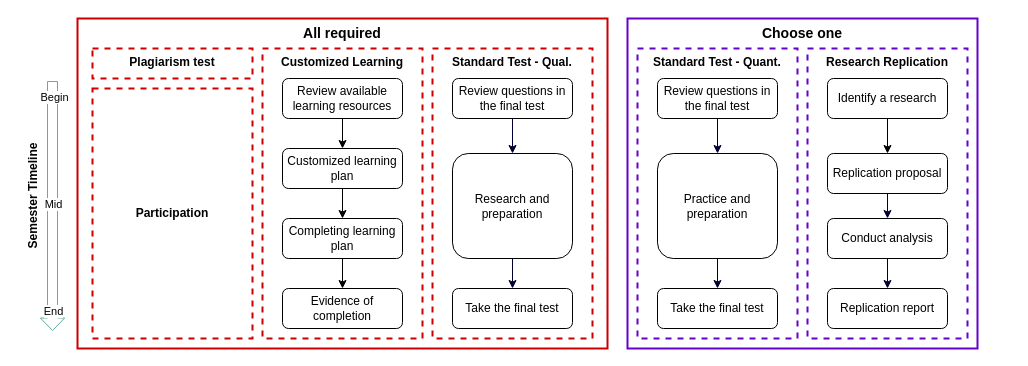
Earlier version of the draw.io diagram page "assignments" (1 of 2) of assets/structure.drawio (ma-ji/amgps). Source tidied: cells renumbered, new cells numbered last; positions are measured from the earlier drawing's top-left corner, leaving out a move shared by most shapes. Both pictures are drawn from the tidied source at 100%, with x=0, y=0 at pixel (-38, 18).
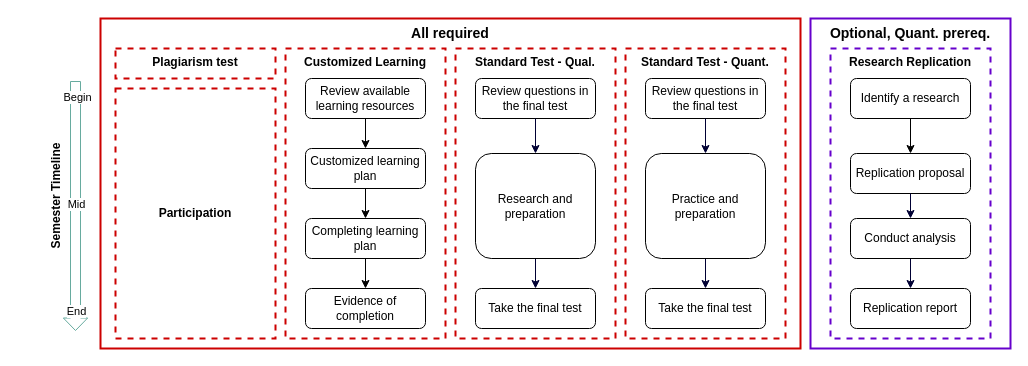
After the change.

Change to the diagram source:
```diff
@@
-    <mxCell id="2" style="group;" parent="1" vertex="1">
-      <mxGeometry x="55" width="960" height="330" as="geometry" />
-    </mxCell>
+    <mxCell id="40" style="group;" parent="1" vertex="1">
+      <mxGeometry x="78" width="970" height="330" as="geometry" />
+    </mxCell>
-    <mxCell id="3" value="&lt;b&gt;&lt;font style=&quot;font-size: 14px&quot;&gt;All required&lt;/font&gt;&lt;/b&gt;" style="rounded=0;whiteSpace=wrap;html=1;fillColor=none;verticalAlign=top;strokeColor=#CC0000;strokeWidth=2;" parent="2" vertex="1">
-      <mxGeometry x="60" width="530" height="330" as="geometry" />
+    <mxCell id="3" value="&lt;b&gt;&lt;font style=&quot;font-size: 14px&quot;&gt;All required&lt;/font&gt;&lt;/b&gt;" style="rounded=0;whiteSpace=wrap;html=1;fillColor=none;verticalAlign=top;strokeColor=#CC0000;strokeWidth=2;align=center;" parent="40" vertex="1">
+      <mxGeometry x="60" width="700" height="330" as="geometry" />
     </mxCell>
-    <mxCell id="4" value="&lt;b&gt;Standard Test - Qual.&lt;/b&gt;" style="rounded=0;whiteSpace=wrap;html=1;fillColor=none;dashed=1;verticalAlign=top;strokeColor=#CC0000;strokeWidth=2;" parent="2" vertex="1">
+    <mxCell id="4" value="&lt;b&gt;Standard Test - Qual.&lt;/b&gt;" style="rounded=0;whiteSpace=wrap;html=1;fillColor=none;dashed=1;verticalAlign=top;strokeColor=#CC0000;strokeWidth=2;" parent="40" vertex="1">
       <mxGeometry x="415" y="30" width="160" height="290" as="geometry" />
     </mxCell>
-    <mxCell id="5" value="Review available learning resources" style="whiteSpace=wrap;html=1;rounded=1;" parent="2" vertex="1">
+    <mxCell id="5" value="Review available learning resources" style="whiteSpace=wrap;html=1;rounded=1;" parent="40" vertex="1">
       <mxGeometry x="265" y="60" width="120" height="40" as="geometry" />
     </mxCell>
-    <mxCell id="6" value="Customized learning plan" style="whiteSpace=wrap;html=1;rounded=1;" parent="2" vertex="1">
+    <mxCell id="6" value="Customized learning plan" style="whiteSpace=wrap;html=1;rounded=1;" parent="40" vertex="1">
       <mxGeometry x="265" y="130" width="120" height="40" as="geometry" />
     </mxCell>
-    <mxCell id="7" style="edgeStyle=orthogonalEdgeStyle;rounded=0;jettySize=auto;html=1;" parent="2" edge="1" source="5" target="6">
+    <mxCell id="7" style="edgeStyle=orthogonalEdgeStyle;rounded=0;jettySize=auto;html=1;" parent="40" edge="1" source="5" target="6">
       <mxGeometry relative="1" as="geometry" />
     </mxCell>
-    <mxCell id="8" value="Completing learning plan" style="whiteSpace=wrap;html=1;rounded=1;" parent="2" vertex="1">
+    <mxCell id="8" value="Completing learning plan" style="whiteSpace=wrap;html=1;rounded=1;" parent="40" vertex="1">
       <mxGeometry x="265" y="200" width="120" height="40" as="geometry" />
     </mxCell>
-    <mxCell id="9" style="edgeStyle=orthogonalEdgeStyle;rounded=0;jettySize=auto;html=1;" parent="2" edge="1" source="6" target="8">
+    <mxCell id="9" style="edgeStyle=orthogonalEdgeStyle;rounded=0;jettySize=auto;html=1;" parent="40" edge="1" source="6" target="8">
       <mxGeometry relative="1" as="geometry" />
     </mxCell>
-    <mxCell id="10" value="Evidence of completion" style="whiteSpace=wrap;html=1;rounded=1;" parent="2" vertex="1">
+    <mxCell id="10" value="Evidence of completion" style="whiteSpace=wrap;html=1;rounded=1;" parent="40" vertex="1">
       <mxGeometry x="265" y="270" width="120" height="40" as="geometry" />
     </mxCell>
-    <mxCell id="11" style="edgeStyle=orthogonalEdgeStyle;rounded=0;jettySize=auto;html=1;" parent="2" edge="1" source="8" target="10">
+    <mxCell id="11" style="edgeStyle=orthogonalEdgeStyle;rounded=0;jettySize=auto;html=1;" parent="40" edge="1" source="8" target="10">
       <mxGeometry relative="1" as="geometry" />
     </mxCell>
-    <mxCell id="12" value="Review questions in the final test" style="whiteSpace=wrap;html=1;rounded=1;" parent="2" vertex="1">
+    <mxCell id="12" value="Review questions in the final test" style="whiteSpace=wrap;html=1;rounded=1;" parent="40" vertex="1">
       <mxGeometry x="435" y="60" width="120" height="40" as="geometry" />
     </mxCell>
-    <mxCell id="13" value="&lt;b&gt;Customized Learning&lt;/b&gt;" style="rounded=0;whiteSpace=wrap;html=1;fillColor=none;dashed=1;verticalAlign=top;strokeColor=#CC0000;strokeWidth=2;" parent="2" vertex="1">
+    <mxCell id="13" value="&lt;b&gt;Customized Learning&lt;/b&gt;" style="rounded=0;whiteSpace=wrap;html=1;fillColor=none;dashed=1;verticalAlign=top;strokeColor=#CC0000;strokeWidth=2;" parent="40" vertex="1">
       <mxGeometry x="245" y="30" width="160" height="290" as="geometry" />
     </mxCell>
-    <mxCell id="14" value="Take the final test" style="whiteSpace=wrap;html=1;rounded=1;" parent="2" vertex="1">
+    <mxCell id="14" value="Take the final test" style="whiteSpace=wrap;html=1;rounded=1;" parent="40" vertex="1">
       <mxGeometry x="435" y="270" width="120" height="40" as="geometry" />
     </mxCell>
-    <mxCell id="15" value="&lt;b&gt;Research Replication&lt;/b&gt;" style="rounded=0;whiteSpace=wrap;html=1;fillColor=none;dashed=1;verticalAlign=top;strokeColor=#6600CC;strokeWidth=2;" parent="2" vertex="1">
+    <mxCell id="15" value="&lt;b&gt;Research Replication&lt;/b&gt;" style="rounded=0;whiteSpace=wrap;html=1;fillColor=none;dashed=1;verticalAlign=top;strokeColor=#6600CC;strokeWidth=2;" parent="40" vertex="1">
       <mxGeometry x="790" y="30" width="160" height="290" as="geometry" />
     </mxCell>
-    <mxCell id="16" value="Identify a research" style="whiteSpace=wrap;html=1;rounded=1;" parent="2" vertex="1">
+    <mxCell id="16" value="Identify a research" style="whiteSpace=wrap;html=1;rounded=1;" parent="40" vertex="1">
       <mxGeometry x="810" y="60" width="120" height="40" as="geometry" />
     </mxCell>
-    <mxCell id="17" value="Replication proposal" style="whiteSpace=wrap;html=1;rounded=1;" parent="2" vertex="1">
+    <mxCell id="17" value="Replication proposal" style="whiteSpace=wrap;html=1;rounded=1;" parent="40" vertex="1">
       <mxGeometry x="810" y="135" width="120" height="40" as="geometry" />
     </mxCell>
-    <mxCell id="18" style="edgeStyle=orthogonalEdgeStyle;rounded=0;jettySize=auto;html=1;entryX=0.5;entryY=0;entryDx=0;entryDy=0;" parent="2" edge="1" source="16" target="17">
+    <mxCell id="18" style="edgeStyle=orthogonalEdgeStyle;rounded=0;jettySize=auto;html=1;entryX=0.5;entryY=0;entryDx=0;entryDy=0;" parent="40" edge="1" source="16" target="17">
       <mxGeometry relative="1" as="geometry" />
     </mxCell>
-    <mxCell id="19" value="&lt;b&gt;Standard Test - Quant.&lt;/b&gt;" style="rounded=0;whiteSpace=wrap;html=1;fillColor=none;dashed=1;verticalAlign=top;strokeColor=#6600CC;strokeWidth=2;" parent="2" vertex="1">
-      <mxGeometry x="620" y="30" width="160" height="290" as="geometry" />
-    </mxCell>
-    <mxCell id="20" value="Review questions in the final test" style="whiteSpace=wrap;html=1;rounded=1;" parent="2" vertex="1">
-      <mxGeometry x="640" y="60" width="120" height="40" as="geometry" />
-    </mxCell>
-    <mxCell id="21" value="Take the final test" style="whiteSpace=wrap;html=1;rounded=1;" parent="2" vertex="1">
-      <mxGeometry x="640" y="270" width="120" height="40" as="geometry" />
-    </mxCell>
-    <mxCell id="22" value="Replication report" style="whiteSpace=wrap;html=1;rounded=1;" parent="2" vertex="1">
+    <mxCell id="22" value="Replication report" style="whiteSpace=wrap;html=1;rounded=1;" parent="40" vertex="1">
       <mxGeometry x="810" y="270" width="120" height="40" as="geometry" />
     </mxCell>
-    <mxCell id="23" value="&lt;b&gt;&lt;font style=&quot;font-size: 14px&quot;&gt;Choose one&lt;/font&gt;&lt;/b&gt;" style="rounded=0;whiteSpace=wrap;html=1;fillColor=none;verticalAlign=top;strokeColor=#6600CC;strokeWidth=2;" parent="2" vertex="1">
-      <mxGeometry x="610" width="350" height="330" as="geometry" />
+    <mxCell id="23" value="&lt;b&gt;&lt;font style=&quot;font-size: 14px&quot;&gt;Optional, Quant. prereq.&lt;/font&gt;&lt;/b&gt;" style="rounded=0;whiteSpace=wrap;html=1;fillColor=none;verticalAlign=top;strokeColor=#6600CC;strokeWidth=2;" parent="40" vertex="1">
+      <mxGeometry x="770" width="200" height="330" as="geometry" />
     </mxCell>
-    <mxCell id="24" style="shape=flexArrow;endArrow=classic;html=1;rounded=0;strokeColor=#67AB9F;endWidth=13.333333333333334;endSize=3.833333333333333;" parent="2" edge="1">
+    <mxCell id="24" style="shape=flexArrow;endArrow=classic;html=1;rounded=0;strokeColor=#67AB9F;endWidth=13.333333333333334;endSize=3.833333333333333;" parent="40" edge="1">
       <mxGeometry relative="1" as="geometry">
         <mxPoint x="35" y="62.5" as="sourcePoint" />
         <mxPoint x="35" y="312.5" as="targetPoint" />
       </mxGeometry>
     </mxCell>
@@
-    <mxCell id="28" style="edgeStyle=orthogonalEdgeStyle;rounded=0;jettySize=auto;html=1;exitX=0.5;exitY=1;exitDx=0;exitDy=0;entryX=0.5;entryY=0;entryDx=0;entryDy=0;strokeColor=#000033;" parent="2" edge="1" source="29" target="14">
+    <mxCell id="28" style="edgeStyle=orthogonalEdgeStyle;rounded=0;jettySize=auto;html=1;exitX=0.5;exitY=1;exitDx=0;exitDy=0;entryX=0.5;entryY=0;entryDx=0;entryDy=0;strokeColor=#000033;" parent="40" edge="1" source="29" target="14">
       <mxGeometry relative="1" as="geometry" />
     </mxCell>
-    <mxCell id="29" value="Research and preparation" style="whiteSpace=wrap;html=1;rounded=1;" parent="2" vertex="1">
+    <mxCell id="29" value="Research and preparation" style="whiteSpace=wrap;html=1;rounded=1;" parent="40" vertex="1">
       <mxGeometry x="435" y="135" width="120" height="105" as="geometry" />
     </mxCell>
-    <mxCell id="30" style="edgeStyle=orthogonalEdgeStyle;rounded=0;jettySize=auto;html=1;entryX=0.5;entryY=0;entryDx=0;entryDy=0;strokeColor=#000033;" parent="2" edge="1" source="12" target="29">
+    <mxCell id="30" style="edgeStyle=orthogonalEdgeStyle;rounded=0;jettySize=auto;html=1;entryX=0.5;entryY=0;entryDx=0;entryDy=0;strokeColor=#000033;" parent="40" edge="1" source="12" target="29">
       <mxGeometry relative="1" as="geometry" />
     </mxCell>
-    <mxCell id="31" style="edgeStyle=orthogonalEdgeStyle;rounded=0;jettySize=auto;html=1;exitX=0.5;exitY=1;exitDx=0;exitDy=0;entryX=0.5;entryY=0;entryDx=0;entryDy=0;strokeColor=#000033;" parent="2" edge="1" source="32" target="21">
-      <mxGeometry relative="1" as="geometry" />
-    </mxCell>
-    <mxCell id="32" value="Practice and preparation" style="whiteSpace=wrap;html=1;rounded=1;" parent="2" vertex="1">
-      <mxGeometry x="640" y="135" width="120" height="105" as="geometry" />
-    </mxCell>
-    <mxCell id="33" style="edgeStyle=orthogonalEdgeStyle;rounded=0;jettySize=auto;html=1;entryX=0.5;entryY=0;entryDx=0;entryDy=0;strokeColor=#000033;" parent="2" edge="1" source="20" target="32">
-      <mxGeometry relative="1" as="geometry" />
-    </mxCell>
-    <mxCell id="34" style="edgeStyle=orthogonalEdgeStyle;rounded=0;jettySize=auto;html=1;exitX=0.5;exitY=1;exitDx=0;exitDy=0;entryX=0.5;entryY=0;entryDx=0;entryDy=0;strokeColor=#000033;" parent="2" edge="1" source="35" target="22">
+    <mxCell id="34" style="edgeStyle=orthogonalEdgeStyle;rounded=0;jettySize=auto;html=1;exitX=0.5;exitY=1;exitDx=0;exitDy=0;entryX=0.5;entryY=0;entryDx=0;entryDy=0;strokeColor=#000033;" parent="40" edge="1" source="35" target="22">
       <mxGeometry relative="1" as="geometry" />
     </mxCell>
-    <mxCell id="35" value="Conduct analysis" style="whiteSpace=wrap;html=1;rounded=1;" parent="2" vertex="1">
+    <mxCell id="35" value="Conduct analysis" style="whiteSpace=wrap;html=1;rounded=1;" parent="40" vertex="1">
       <mxGeometry x="810" y="200" width="120" height="40" as="geometry" />
     </mxCell>
-    <mxCell id="36" style="edgeStyle=orthogonalEdgeStyle;rounded=0;jettySize=auto;html=1;exitX=0.5;exitY=1;exitDx=0;exitDy=0;entryX=0.5;entryY=0;entryDx=0;entryDy=0;strokeColor=#000033;" parent="2" edge="1" source="17" target="35">
+    <mxCell id="36" style="edgeStyle=orthogonalEdgeStyle;rounded=0;jettySize=auto;html=1;exitX=0.5;exitY=1;exitDx=0;exitDy=0;entryX=0.5;entryY=0;entryDx=0;entryDy=0;strokeColor=#000033;" parent="40" edge="1" source="17" target="35">
       <mxGeometry relative="1" as="geometry" />
     </mxCell>
-    <mxCell id="37" value="&lt;b&gt;Semester Timeline&lt;/b&gt;" style="text;html=1;strokeColor=none;fillColor=none;align=center;verticalAlign=middle;whiteSpace=wrap;rounded=0;dashed=1;rotation=-90;" parent="2" vertex="1">
+    <mxCell id="37" value="&lt;b&gt;Semester Timeline&lt;/b&gt;" style="text;html=1;strokeColor=none;fillColor=none;align=center;verticalAlign=middle;whiteSpace=wrap;rounded=0;dashed=1;rotation=-90;" parent="40" vertex="1">
       <mxGeometry x="-55" y="162.5" width="140" height="30" as="geometry" />
     </mxCell>
-    <mxCell id="38" value="&lt;b&gt;Plagiarism test&lt;/b&gt;" style="rounded=0;whiteSpace=wrap;html=1;fillColor=none;dashed=1;verticalAlign=top;strokeColor=#CC0000;strokeWidth=2;" parent="2" vertex="1">
+    <mxCell id="38" value="&lt;b&gt;Plagiarism test&lt;/b&gt;" style="rounded=0;whiteSpace=wrap;html=1;fillColor=none;dashed=1;verticalAlign=top;strokeColor=#CC0000;strokeWidth=2;" parent="40" vertex="1">
       <mxGeometry x="75" y="30" width="160" height="30" as="geometry" />
     </mxCell>
-    <mxCell id="39" value="&lt;b&gt;Participation&lt;/b&gt;" style="rounded=0;whiteSpace=wrap;html=1;fillColor=none;dashed=1;verticalAlign=middle;strokeColor=#CC0000;strokeWidth=2;" parent="2" vertex="1">
+    <mxCell id="39" value="&lt;b&gt;Participation&lt;/b&gt;" style="rounded=0;whiteSpace=wrap;html=1;fillColor=none;dashed=1;verticalAlign=middle;strokeColor=#CC0000;strokeWidth=2;" parent="40" vertex="1">
       <mxGeometry x="75" y="70" width="160" height="250" as="geometry" />
     </mxCell>
+    <mxCell id="41" style="group;" parent="40" vertex="1">
+      <mxGeometry x="585" y="30" width="160" height="290" as="geometry" />
+    </mxCell>
+    <mxCell id="19" value="&lt;b&gt;Standard Test - Quant.&lt;/b&gt;" style="rounded=0;whiteSpace=wrap;html=1;fillColor=none;dashed=1;verticalAlign=top;strokeColor=#CC0000;strokeWidth=2;" parent="41" vertex="1">
+      <mxGeometry width="160" height="290" as="geometry" />
+    </mxCell>
+    <mxCell id="20" value="Review questions in the final test" style="whiteSpace=wrap;html=1;rounded=1;" parent="41" vertex="1">
+      <mxGeometry x="20" y="30" width="120" height="40" as="geometry" />
+    </mxCell>
+    <mxCell id="21" value="Take the final test" style="whiteSpace=wrap;html=1;rounded=1;" parent="41" vertex="1">
+      <mxGeometry x="20" y="240" width="120" height="40" as="geometry" />
+    </mxCell>
+    <mxCell id="31" style="edgeStyle=orthogonalEdgeStyle;rounded=0;jettySize=auto;html=1;exitX=0.5;exitY=1;exitDx=0;exitDy=0;entryX=0.5;entryY=0;entryDx=0;entryDy=0;strokeColor=#000033;" parent="41" edge="1" source="32" target="21">
+      <mxGeometry relative="1" as="geometry" />
+    </mxCell>
+    <mxCell id="32" value="Practice and preparation" style="whiteSpace=wrap;html=1;rounded=1;" parent="41" vertex="1">
+      <mxGeometry x="20" y="105" width="120" height="105" as="geometry" />
+    </mxCell>
+    <mxCell id="33" style="edgeStyle=orthogonalEdgeStyle;rounded=0;jettySize=auto;html=1;entryX=0.5;entryY=0;entryDx=0;entryDy=0;strokeColor=#000033;" parent="41" edge="1" source="20" target="32">
+      <mxGeometry relative="1" as="geometry" />
+    </mxCell>
```
